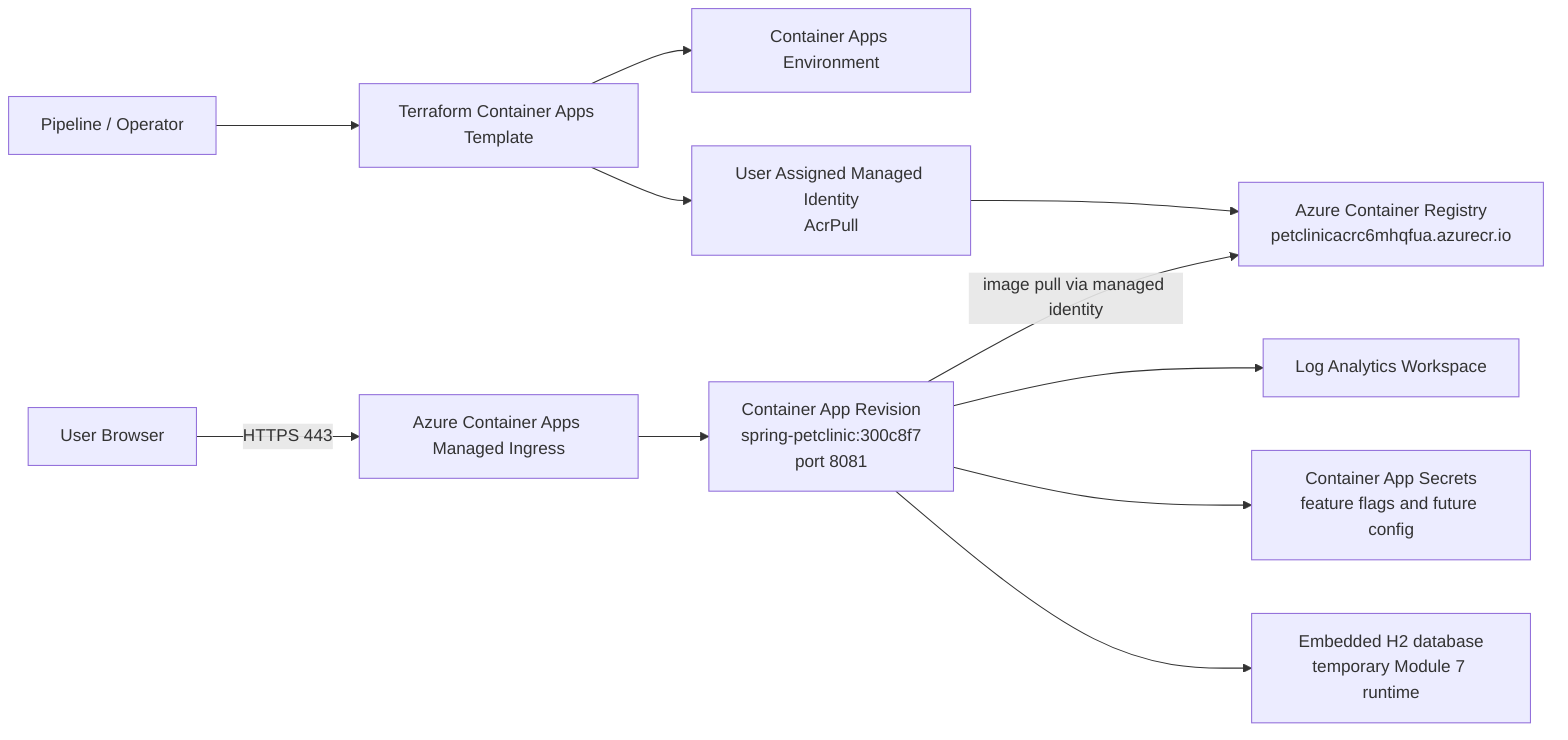
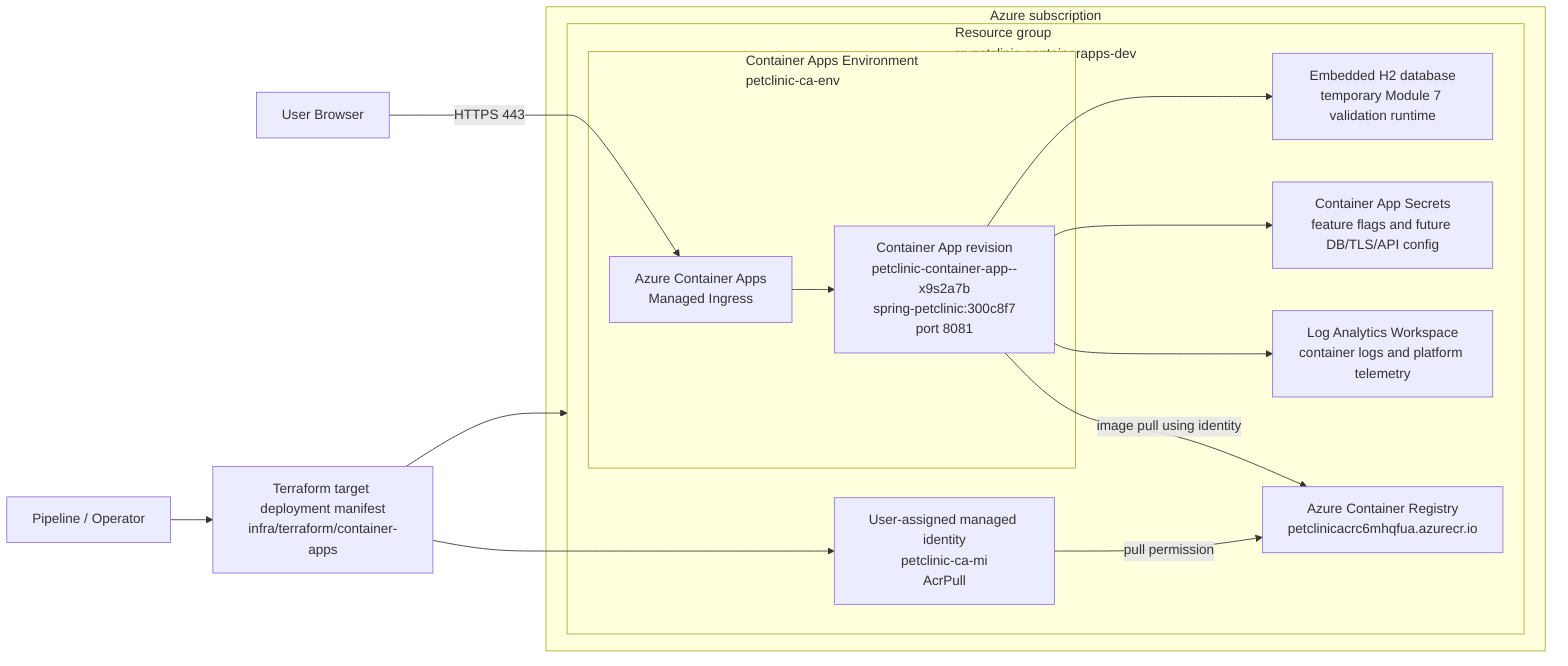
flowchart LR
-     User["User Browser"] -->|"HTTPS 443"| Ingress["Azure Container Apps Managed Ingress"]
-     Ingress --> App["Container App Revision<br/>spring-petclinic:300c8f7<br/>port 8081"]
-     App -->|"image pull via managed identity"| ACR["Azure Container Registry<br/>petclinicacrc6mhqfua.azurecr.io"]
-     App --> Logs["Log Analytics Workspace"]
-     App --> Secrets["Container App Secrets<br/>feature flags and future config"]
-     App --> H2["Embedded H2 database<br/>temporary Module 7 runtime"]
-     Ops["Pipeline / Operator"] --> Terraform["Terraform Container Apps Template"]
-     Terraform --> ACAEnv["Container Apps Environment"]
-     Terraform --> Identity["User Assigned Managed Identity<br/>AcrPull"]
-     Identity --> ACR
+     User["User Browser"] -->|"HTTPS 443"| Ingress["Azure Container Apps<br/>Managed Ingress"]
+ 
+     subgraph Azure["Azure subscription"]
+         subgraph RG["Resource group<br/>rg-petclinic-containerapps-dev"]
+             subgraph ACAEnv["Container Apps Environment<br/>petclinic-ca-env"]
+                 Ingress --> App["Container App revision<br/>petclinic-container-app--x9s2a7b<br/>spring-petclinic:300c8f7<br/>port 8081"]
+             end
+ 
+             Identity["User-assigned managed identity<br/>petclinic-ca-mi<br/>AcrPull"] -->|"pull permission"| ACR["Azure Container Registry<br/>petclinicacrc6mhqfua.azurecr.io"]
+             App -->|"image pull using identity"| ACR
+             App --> Logs["Log Analytics Workspace<br/>container logs and platform telemetry"]
+             App --> Secrets["Container App Secrets<br/>feature flags and future DB/TLS/API config"]
+             App --> H2["Embedded H2 database<br/>temporary Module 7 validation runtime"]
+         end
+     end
+ 
+     Ops["Pipeline / Operator"] --> Terraform["Terraform target deployment manifest<br/>infra/terraform/container-apps"]
+     Terraform --> RG
+     Terraform --> Identity
